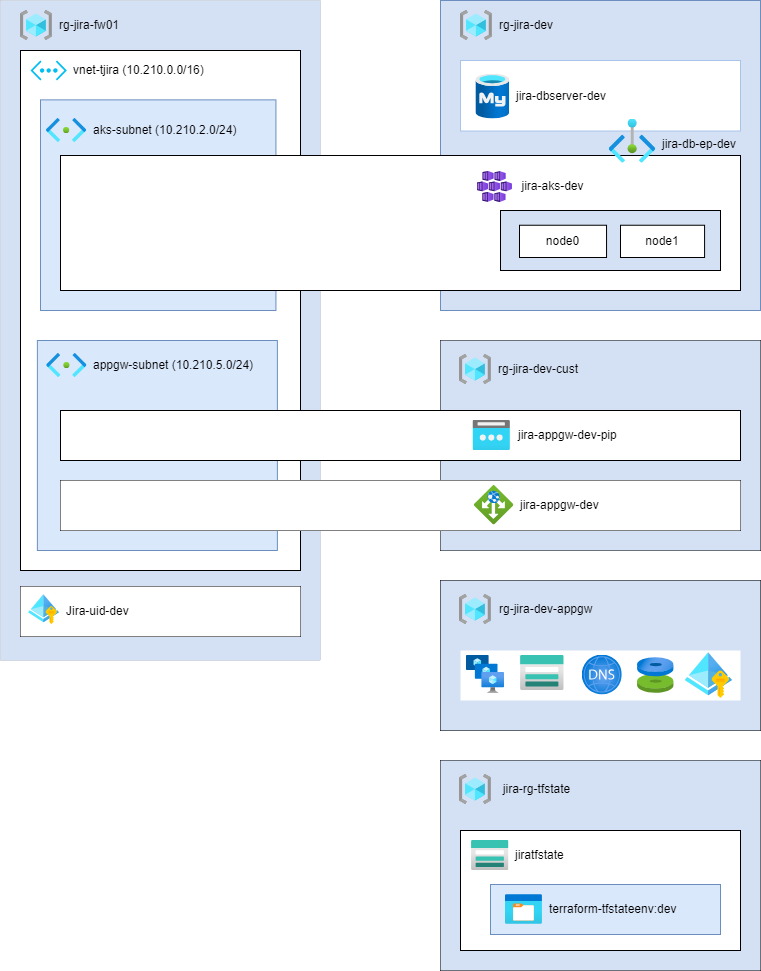
eficode/aks2jira keeps this draw.io diagram as doc/aks-architecture.png. Above is the earlier version. Source tidied: cells renumbered, new cells last; positions are measured from the earlier drawing's top-left corner, leaving out a move shared by most shapes.
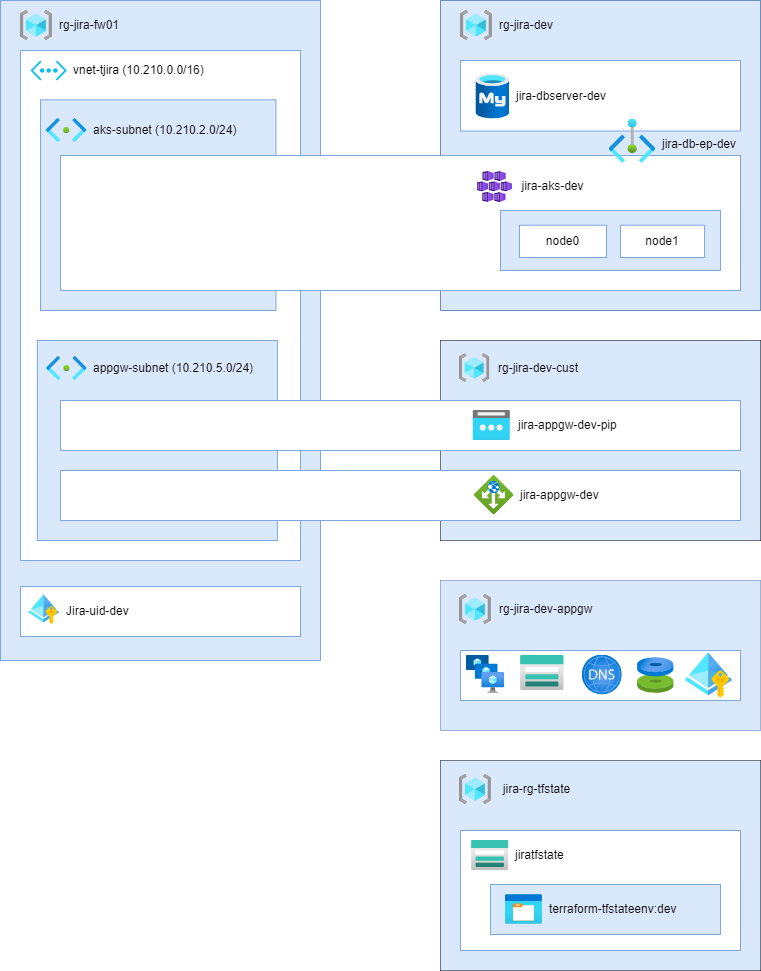
After the commit.

Change to the diagram source:
```diff
@@ -5,7 +5,7 @@
     <mxCell id="2" style="group;fillColor=none;strokeColor=#6c8ebf;" parent="1" vertex="1">
       <mxGeometry x="440" width="320" height="210" as="geometry" />
     </mxCell>
-    <mxCell id="3" style="rounded=0;whiteSpace=wrap;html=1;shadow=0;glass=0;arcSize=12;gradientColor=none;strokeColor=default;fillColor=#D4E1F5;strokeWidth=0;" parent="1" vertex="1">
+    <mxCell id="3" style="rounded=0;whiteSpace=wrap;html=1;shadow=0;glass=0;arcSize=12;gradientColor=none;strokeColor=#7EA6E0;fillColor=#DAE8FC;strokeWidth=1;" parent="1" vertex="1">
       <mxGeometry width="320" height="660" as="geometry" />
     </mxCell>
     <mxCell id="4" style="image;html=1;align=center;fontSize=12;image=img/lib/azure2/general/Resource_Groups.svg;" parent="1" vertex="1">
@@ -14,10 +14,10 @@
     <mxCell id="5" value="rg-jira-fw01" style="text;html=1;align=left;verticalAlign=middle;strokeColor=none;fillColor=none;" parent="1" vertex="1">
       <mxGeometry x="56.9" y="10" width="80" height="30" as="geometry" />
     </mxCell>
-    <mxCell id="6" style="rounded=0;whiteSpace=wrap;html=1;strokeColor=default;" parent="1" vertex="1">
-      <mxGeometry x="20" y="50" width="280" height="520" as="geometry" />
+    <mxCell id="6" style="rounded=0;whiteSpace=wrap;html=1;strokeColor=#7EA6E0;" parent="1" vertex="1">
+      <mxGeometry x="20" y="50" width="280" height="510" as="geometry" />
     </mxCell>
-    <mxCell id="7" style="rounded=0;whiteSpace=wrap;html=1;shadow=0;glass=0;arcSize=12;strokeColor=#6c8ebf;fillColor=#D4E1F5;" parent="1" vertex="1">
+    <mxCell id="7" style="rounded=0;whiteSpace=wrap;html=1;shadow=0;glass=0;arcSize=12;strokeColor=#6c8ebf;fillColor=#DAE8FC;" parent="1" vertex="1">
       <mxGeometry x="440" width="320" height="310" as="geometry" />
     </mxCell>
     <mxCell id="8" style="image;html=1;align=center;fontSize=12;image=img/lib/azure2/general/Resource_Groups.svg;" parent="1" vertex="1">
@@ -27,16 +27,19 @@
       <mxGeometry x="496.9" y="10" width="80" height="30" as="geometry" />
     </mxCell>
     <mxCell id="10" style="group;strokeColor=default;" parent="1" vertex="1">
-      <mxGeometry x="440" y="340" width="320" height="210" as="geometry" />
+      <mxGeometry x="440" y="340" width="320" height="200" as="geometry" />
     </mxCell>
-    <mxCell id="11" style="rounded=0;whiteSpace=wrap;html=1;shadow=0;glass=0;arcSize=12;gradientColor=none;strokeColor=none;fillColor=#D4E1F5;strokeWidth=0;" parent="10" vertex="1">
-      <mxGeometry width="320" height="210" as="geometry" />
+    <mxCell id="11" style="rounded=0;whiteSpace=wrap;html=1;shadow=0;glass=0;arcSize=12;gradientColor=none;strokeColor=none;fillColor=#DAE8FC;strokeWidth=0;" parent="10" vertex="1">
+      <mxGeometry width="320" height="200" as="geometry" />
     </mxCell>
+    <mxCell id="71" style="group;" parent="10" vertex="1">
+      <mxGeometry x="19" y="13.3" width="136.9" height="30" as="geometry" />
+    </mxCell>
-    <mxCell id="12" style="image;html=1;align=center;fontSize=12;image=img/lib/azure2/general/Resource_Groups.svg;" parent="10" vertex="1">
-      <mxGeometry x="19" y="14" width="31.9" height="30" as="geometry" />
+    <mxCell id="12" style="image;html=1;align=center;fontSize=12;image=img/lib/azure2/general/Resource_Groups.svg;" parent="71" vertex="1">
+      <mxGeometry width="30.4" height="28.6" as="geometry" />
     </mxCell>
-    <mxCell id="13" value="rg-jira-dev-cust" style="text;html=1;align=left;verticalAlign=middle;strokeColor=none;fillColor=none;" parent="10" vertex="1">
-      <mxGeometry x="55.9" y="14" width="100" height="30" as="geometry" />
+    <mxCell id="13" value="rg-jira-dev-cust" style="text;html=1;align=left;verticalAlign=middle;strokeColor=none;fillColor=none;" parent="71" vertex="1">
+      <mxGeometry x="36.9" width="100" height="30" as="geometry" />
     </mxCell>
     <mxCell id="14" style="group;strokeColor=default;" parent="1" vertex="1">
       <mxGeometry x="440" y="760" width="320" height="210" as="geometry" />
@@ -44,7 +47,7 @@
     <mxCell id="15" style="group;strokeColor=default;" parent="1" vertex="1">
       <mxGeometry x="20" y="586" width="280" height="50" as="geometry" />
     </mxCell>
-    <mxCell id="16" style="rounded=0;whiteSpace=wrap;html=1;strokeColor=none;" parent="15" vertex="1">
+    <mxCell id="16" style="rounded=0;whiteSpace=wrap;html=1;strokeColor=#7EA6E0;" parent="15" vertex="1">
       <mxGeometry width="280" height="50" as="geometry" />
     </mxCell>
     <mxCell id="17" style="image;html=1;align=center;fontSize=12;image=img/lib/azure2/identity/Managed_Identities.svg;" parent="15" vertex="1">
@@ -53,7 +56,7 @@
     <mxCell id="18" value="Jira-uid-dev" style="text;html=1;align=left;verticalAlign=middle;strokeColor=none;fillColor=none;" parent="15" vertex="1">
       <mxGeometry x="43.9" y="10" width="90" height="30" as="geometry" />
     </mxCell>
-    <mxCell id="19" style="rounded=0;whiteSpace=wrap;html=1;fillColor=#dae8fc;strokeColor=#6c8ebf;" parent="1" vertex="1">
+    <mxCell id="19" style="rounded=0;whiteSpace=wrap;html=1;fillColor=#dae8fc;strokeColor=#7EA6E0;" parent="1" vertex="1">
       <mxGeometry x="40" y="99.4" width="235.4" height="210.6" as="geometry" />
     </mxCell>
     <mxCell id="20" style="group;" parent="1" vertex="1">
@@ -74,7 +77,7 @@
     <mxCell id="25" value="vnet-tjira (10.210.0.0/16)" style="text;html=1;align=left;verticalAlign=middle;strokeColor=none;fillColor=none;" parent="23" vertex="1">
       <mxGeometry x="41.4" width="150" height="30" as="geometry" />
     </mxCell>
-    <mxCell id="26" style="rounded=0;whiteSpace=wrap;html=1;strokeColor=#000000;" parent="1" vertex="1">
+    <mxCell id="26" style="rounded=0;whiteSpace=wrap;html=1;strokeColor=#7EA6E0;" parent="1" vertex="1">
       <mxGeometry x="60" y="155" width="680" height="135" as="geometry" />
     </mxCell>
     <mxCell id="27" value="jira-aks-dev" style="text;html=1;align=center;verticalAlign=middle;strokeColor=none;fillColor=none;" parent="1" vertex="1">
@@ -83,7 +86,7 @@
     <mxCell id="28" style="image;html=1;align=center;fontSize=12;image=img/lib/azure2/compute/Kubernetes_Services.svg;" parent="1" vertex="1">
       <mxGeometry x="476.8" y="171" width="35.1" height="31" as="geometry" />
     </mxCell>
-    <mxCell id="29" style="rounded=0;whiteSpace=wrap;html=1;strokeColor=#A9C4EB;" parent="1" vertex="1">
+    <mxCell id="29" style="rounded=0;whiteSpace=wrap;html=1;strokeColor=#7EA6E0;" parent="1" vertex="1">
       <mxGeometry x="460" y="60" width="280" height="70.5" as="geometry" />
     </mxCell>
     <mxCell id="30" style="group;" parent="1" vertex="1">
@@ -95,11 +98,11 @@
     <mxCell id="32" style="image;html=1;align=center;fontSize=12;image=img/lib/azure2/databases/Azure_Database_MySQL_Server.svg;" parent="30" vertex="1">
       <mxGeometry width="33.8" height="45" as="geometry" />
     </mxCell>
-    <mxCell id="33" style="rounded=0;whiteSpace=wrap;html=1;fillColor=#dae8fc;strokeColor=#6c8ebf;" parent="1" vertex="1">
-      <mxGeometry x="36.9" y="340" width="240" height="210" as="geometry" />
+    <mxCell id="33" style="rounded=0;whiteSpace=wrap;html=1;fillColor=#dae8fc;strokeColor=#7EA6E0;" parent="1" vertex="1">
+      <mxGeometry x="36.9" y="340" width="240" height="200" as="geometry" />
     </mxCell>
     <mxCell id="34" style="group;" parent="1" vertex="1">
-      <mxGeometry x="46.3" y="350" width="225.1" height="30" as="geometry" />
+      <mxGeometry x="46.3" y="353" width="225.1" height="30" as="geometry" />
     </mxCell>
     <mxCell id="35" style="image;html=1;align=center;fontSize=12;image=img/lib/azure2/networking/Subnet.svg;" parent="34" vertex="1">
       <mxGeometry y="3" width="40.1" height="24" as="geometry" />
@@ -117,9 +120,9 @@
       <mxGeometry x="41.3" y="10.7" width="100" height="30" as="geometry" />
     </mxCell>
     <mxCell id="40" style="group;" parent="1" vertex="1">
-      <mxGeometry x="460" y="410" width="280" height="50" as="geometry" />
+      <mxGeometry x="460" y="400" width="280" height="50" as="geometry" />
     </mxCell>
-    <mxCell id="41" style="rounded=0;whiteSpace=wrap;html=1;strokeColor=default;" parent="40" vertex="1">
+    <mxCell id="41" style="rounded=0;whiteSpace=wrap;html=1;strokeColor=#7EA6E0;" parent="40" vertex="1">
       <mxGeometry x="-400" width="680" height="50" as="geometry" />
     </mxCell>
     <mxCell id="42" style="image;html=1;align=center;fontSize=12;image=img/lib/azure2/networking/Public_IP_Addresses.svg;" parent="40" vertex="1">
@@ -128,10 +131,10 @@
     <mxCell id="43" value="jira-appgw-dev-pip" style="text;html=1;align=left;verticalAlign=middle;strokeColor=none;fillColor=none;" parent="40" vertex="1">
       <mxGeometry x="56" y="10" width="120" height="30" as="geometry" />
     </mxCell>
-    <mxCell id="44" style="group;strokeColor=default;" parent="1" vertex="1">
-      <mxGeometry x="60" y="480" width="680" height="50" as="geometry" />
+    <mxCell id="44" style="group;strokeColor=none;" parent="1" vertex="1">
+      <mxGeometry x="60" y="470" width="680" height="50" as="geometry" />
     </mxCell>
-    <mxCell id="45" style="rounded=0;whiteSpace=wrap;html=1;strokeColor=none;" parent="44" vertex="1">
+    <mxCell id="45" style="rounded=0;whiteSpace=wrap;html=1;strokeColor=#7EA6E0;" parent="44" vertex="1">
       <mxGeometry width="680" height="50" as="geometry" />
     </mxCell>
     <mxCell id="46" value="jira-appgw-dev" style="text;html=1;align=left;verticalAlign=middle;strokeColor=none;fillColor=none;" parent="44" vertex="1">
@@ -140,22 +143,19 @@
     <mxCell id="47" style="image;html=1;align=center;fontSize=12;image=img/lib/azure2/networking/Application_Gateways.svg;" parent="44" vertex="1">
       <mxGeometry x="413.9" y="5" width="39.4" height="39.4" as="geometry" />
     </mxCell>
-    <mxCell id="48" style="group;" parent="1" vertex="1">
+    <mxCell id="48" style="group;strokeColor=#7EA6E0;fillColor=#DAE8FC;gradientColor=none;" parent="1" vertex="1">
       <mxGeometry x="500" y="210" width="220" height="60" as="geometry" />
     </mxCell>
-    <mxCell id="49" style="rounded=0;whiteSpace=wrap;html=1;fillColor=#D4E1F5;" parent="48" vertex="1">
-      <mxGeometry width="220" height="60" as="geometry" />
-    </mxCell>
-    <mxCell id="50" value="node0" style="rounded=0;whiteSpace=wrap;html=1;" parent="48" vertex="1">
+    <mxCell id="50" value="node0" style="rounded=0;whiteSpace=wrap;html=1;strokeColor=#7EA6E0;" parent="48" vertex="1">
       <mxGeometry x="19" y="14.7" width="87" height="32.3" as="geometry" />
     </mxCell>
-    <mxCell id="51" value="node1" style="rounded=0;whiteSpace=wrap;html=1;" parent="48" vertex="1">
+    <mxCell id="51" value="node1" style="rounded=0;whiteSpace=wrap;html=1;strokeColor=#7EA6E0;" parent="48" vertex="1">
       <mxGeometry x="120" y="14.7" width="84.1" height="32.3" as="geometry" />
     </mxCell>
-    <mxCell id="52" style="group;strokeColor=default;" parent="1" vertex="1">
+    <mxCell id="52" style="group;strokeColor=#7EA6E0;" parent="1" vertex="1">
       <mxGeometry x="440" y="580" width="320" height="150" as="geometry" />
     </mxCell>
-    <mxCell id="53" style="rounded=0;whiteSpace=wrap;html=1;shadow=0;glass=0;arcSize=12;gradientColor=none;strokeColor=default;fillColor=#D4E1F5;strokeWidth=0;" parent="52" vertex="1">
+    <mxCell id="53" style="rounded=0;whiteSpace=wrap;html=1;shadow=0;glass=0;arcSize=12;gradientColor=none;strokeColor=default;fillColor=#DAE8FC;strokeWidth=0;" parent="52" vertex="1">
       <mxGeometry width="320" height="150" as="geometry" />
     </mxCell>
     <mxCell id="54" style="image;html=1;align=center;fontSize=12;image=img/lib/azure2/general/Resource_Groups.svg;" parent="52" vertex="1">
@@ -164,7 +164,7 @@
     <mxCell id="55" value="rg-jira-dev-appgw" style="text;html=1;align=left;verticalAlign=middle;strokeColor=none;fillColor=none;" parent="52" vertex="1">
       <mxGeometry x="56.9" y="14" width="120" height="30" as="geometry" />
     </mxCell>
-    <mxCell id="56" style="rounded=0;whiteSpace=wrap;html=1;strokeColor=none;" parent="52" vertex="1">
+    <mxCell id="56" style="rounded=0;whiteSpace=wrap;html=1;strokeColor=#7EA6E0;" parent="52" vertex="1">
       <mxGeometry x="20" y="70" width="280" height="50" as="geometry" />
     </mxCell>
     <mxCell id="57" style="image;html=1;align=center;fontSize=12;image=img/lib/azure2/compute/VM_Scale_Sets.svg;" parent="52" vertex="1">
@@ -182,7 +182,7 @@
     <mxCell id="61" style="image;html=1;align=center;fontSize=12;image=img/lib/azure2/identity/Managed_Identities.svg;" parent="52" vertex="1">
       <mxGeometry x="244.6" y="72" width="47.4" height="46" as="geometry" />
     </mxCell>
-    <mxCell id="62" style="rounded=0;whiteSpace=wrap;html=1;shadow=0;glass=0;arcSize=12;gradientColor=none;strokeColor=none;fillColor=#D4E1F5;strokeWidth=0;" parent="1" vertex="1">
+    <mxCell id="62" style="rounded=0;whiteSpace=wrap;html=1;shadow=0;glass=0;arcSize=12;gradientColor=none;strokeColor=#7EA6E0;fillColor=#DAE8FC;strokeWidth=0;" parent="1" vertex="1">
       <mxGeometry x="440" y="760" width="320" height="210" as="geometry" />
     </mxCell>
     <mxCell id="63" style="image;html=1;align=center;fontSize=12;image=img/lib/azure2/general/Resource_Groups.svg;" parent="1" vertex="1">
@@ -191,7 +191,7 @@
     <mxCell id="64" value="jira-rg-tfstate" style="text;html=1;align=center;verticalAlign=middle;strokeColor=none;fillColor=none;" parent="1" vertex="1">
       <mxGeometry x="490.9" y="774" width="90" height="30" as="geometry" />
     </mxCell>
-    <mxCell id="65" style="rounded=0;whiteSpace=wrap;html=1;strokeColor=default;" parent="1" vertex="1">
+    <mxCell id="65" style="rounded=0;whiteSpace=wrap;html=1;strokeColor=#7EA6E0;" parent="1" vertex="1">
       <mxGeometry x="460" y="830" width="280" height="120" as="geometry" />
     </mxCell>
     <mxCell id="66" value="jiratfstate" style="text;html=1;align=left;verticalAlign=middle;strokeColor=none;fillColor=none;" parent="1" vertex="1">
@@ -200,7 +200,7 @@
     <mxCell id="67" style="image;html=1;align=center;fontSize=12;image=img/lib/azure2/storage/Storage_Accounts.svg;" parent="1" vertex="1">
       <mxGeometry x="471" y="840" width="37.5" height="30" as="geometry" />
     </mxCell>
-    <mxCell id="68" style="rounded=0;whiteSpace=wrap;html=1;strokeColor=#6c8ebf;fillColor=#dae8fc;" parent="1" vertex="1">
+    <mxCell id="68" style="rounded=0;whiteSpace=wrap;html=1;strokeColor=#7EA6E0;fillColor=#dae8fc;" parent="1" vertex="1">
       <mxGeometry x="490" y="884" width="230" height="50" as="geometry" />
     </mxCell>
     <mxCell id="69" style="image;html=1;align=center;fontSize=12;image=img/lib/azure2/general/Storage_Container.svg;" parent="1" vertex="1">
```
